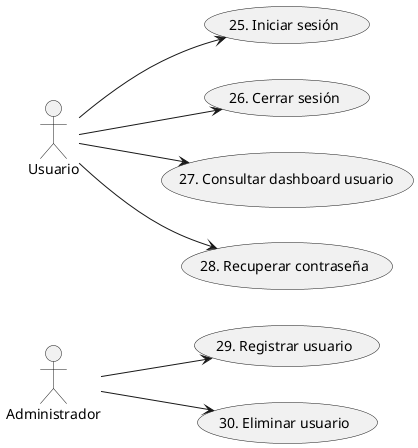
Before: Modelado/DiagramasCU/CU_Gestion_Usuarios.png, a diagram exported from PlantUML (ciggyx/Task_Flow).
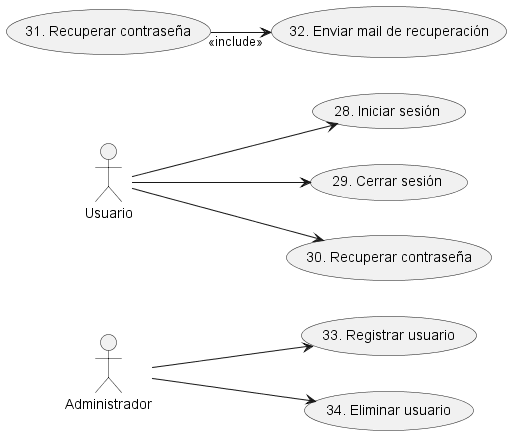
After the change.

The edit, as a diff of the source:
```diff
@@ -2,10 +2,10 @@
 left to right direction
 actor :Administrador: as A
 actor :Usuario: as U
-U --> (25. Iniciar sesión)
-U --> (26. Cerrar sesión)
-U --> (27. Consultar dashboard usuario)
-U --> (28. Recuperar contraseña)
-A --> (29. Registrar usuario)
-A --> (30. Eliminar usuario)
+U --> (28. Iniciar sesión)
+U --> (29. Cerrar sesión)
+U --> (30. Recuperar contraseña)
+(31. Recuperar contraseña) --> "<<include>>"(32. Enviar mail de recuperación)
+A --> (33. Registrar usuario)
+A --> (34. Eliminar usuario)
 @enduml
```
